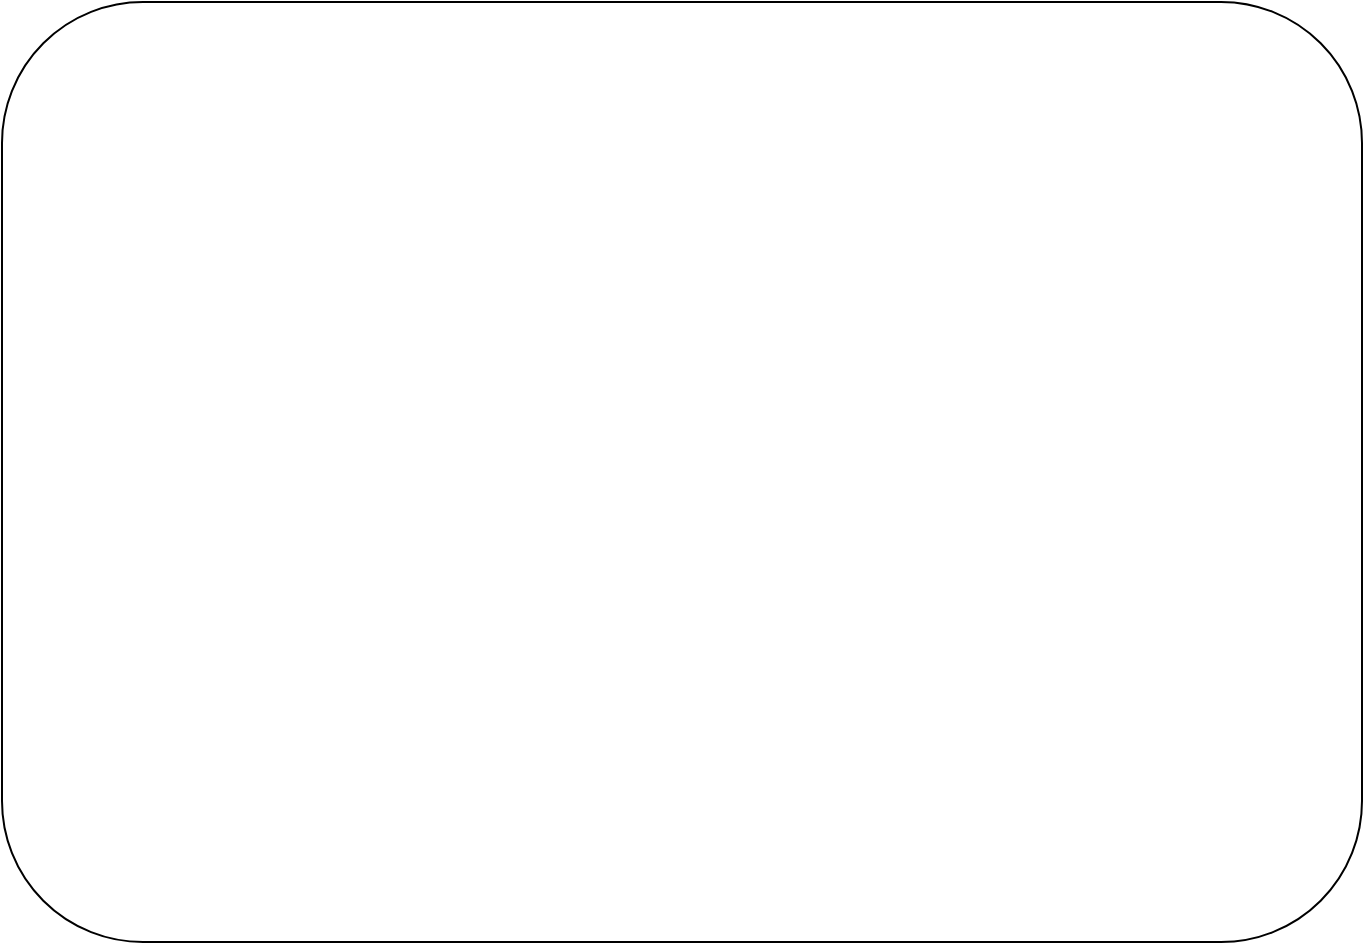
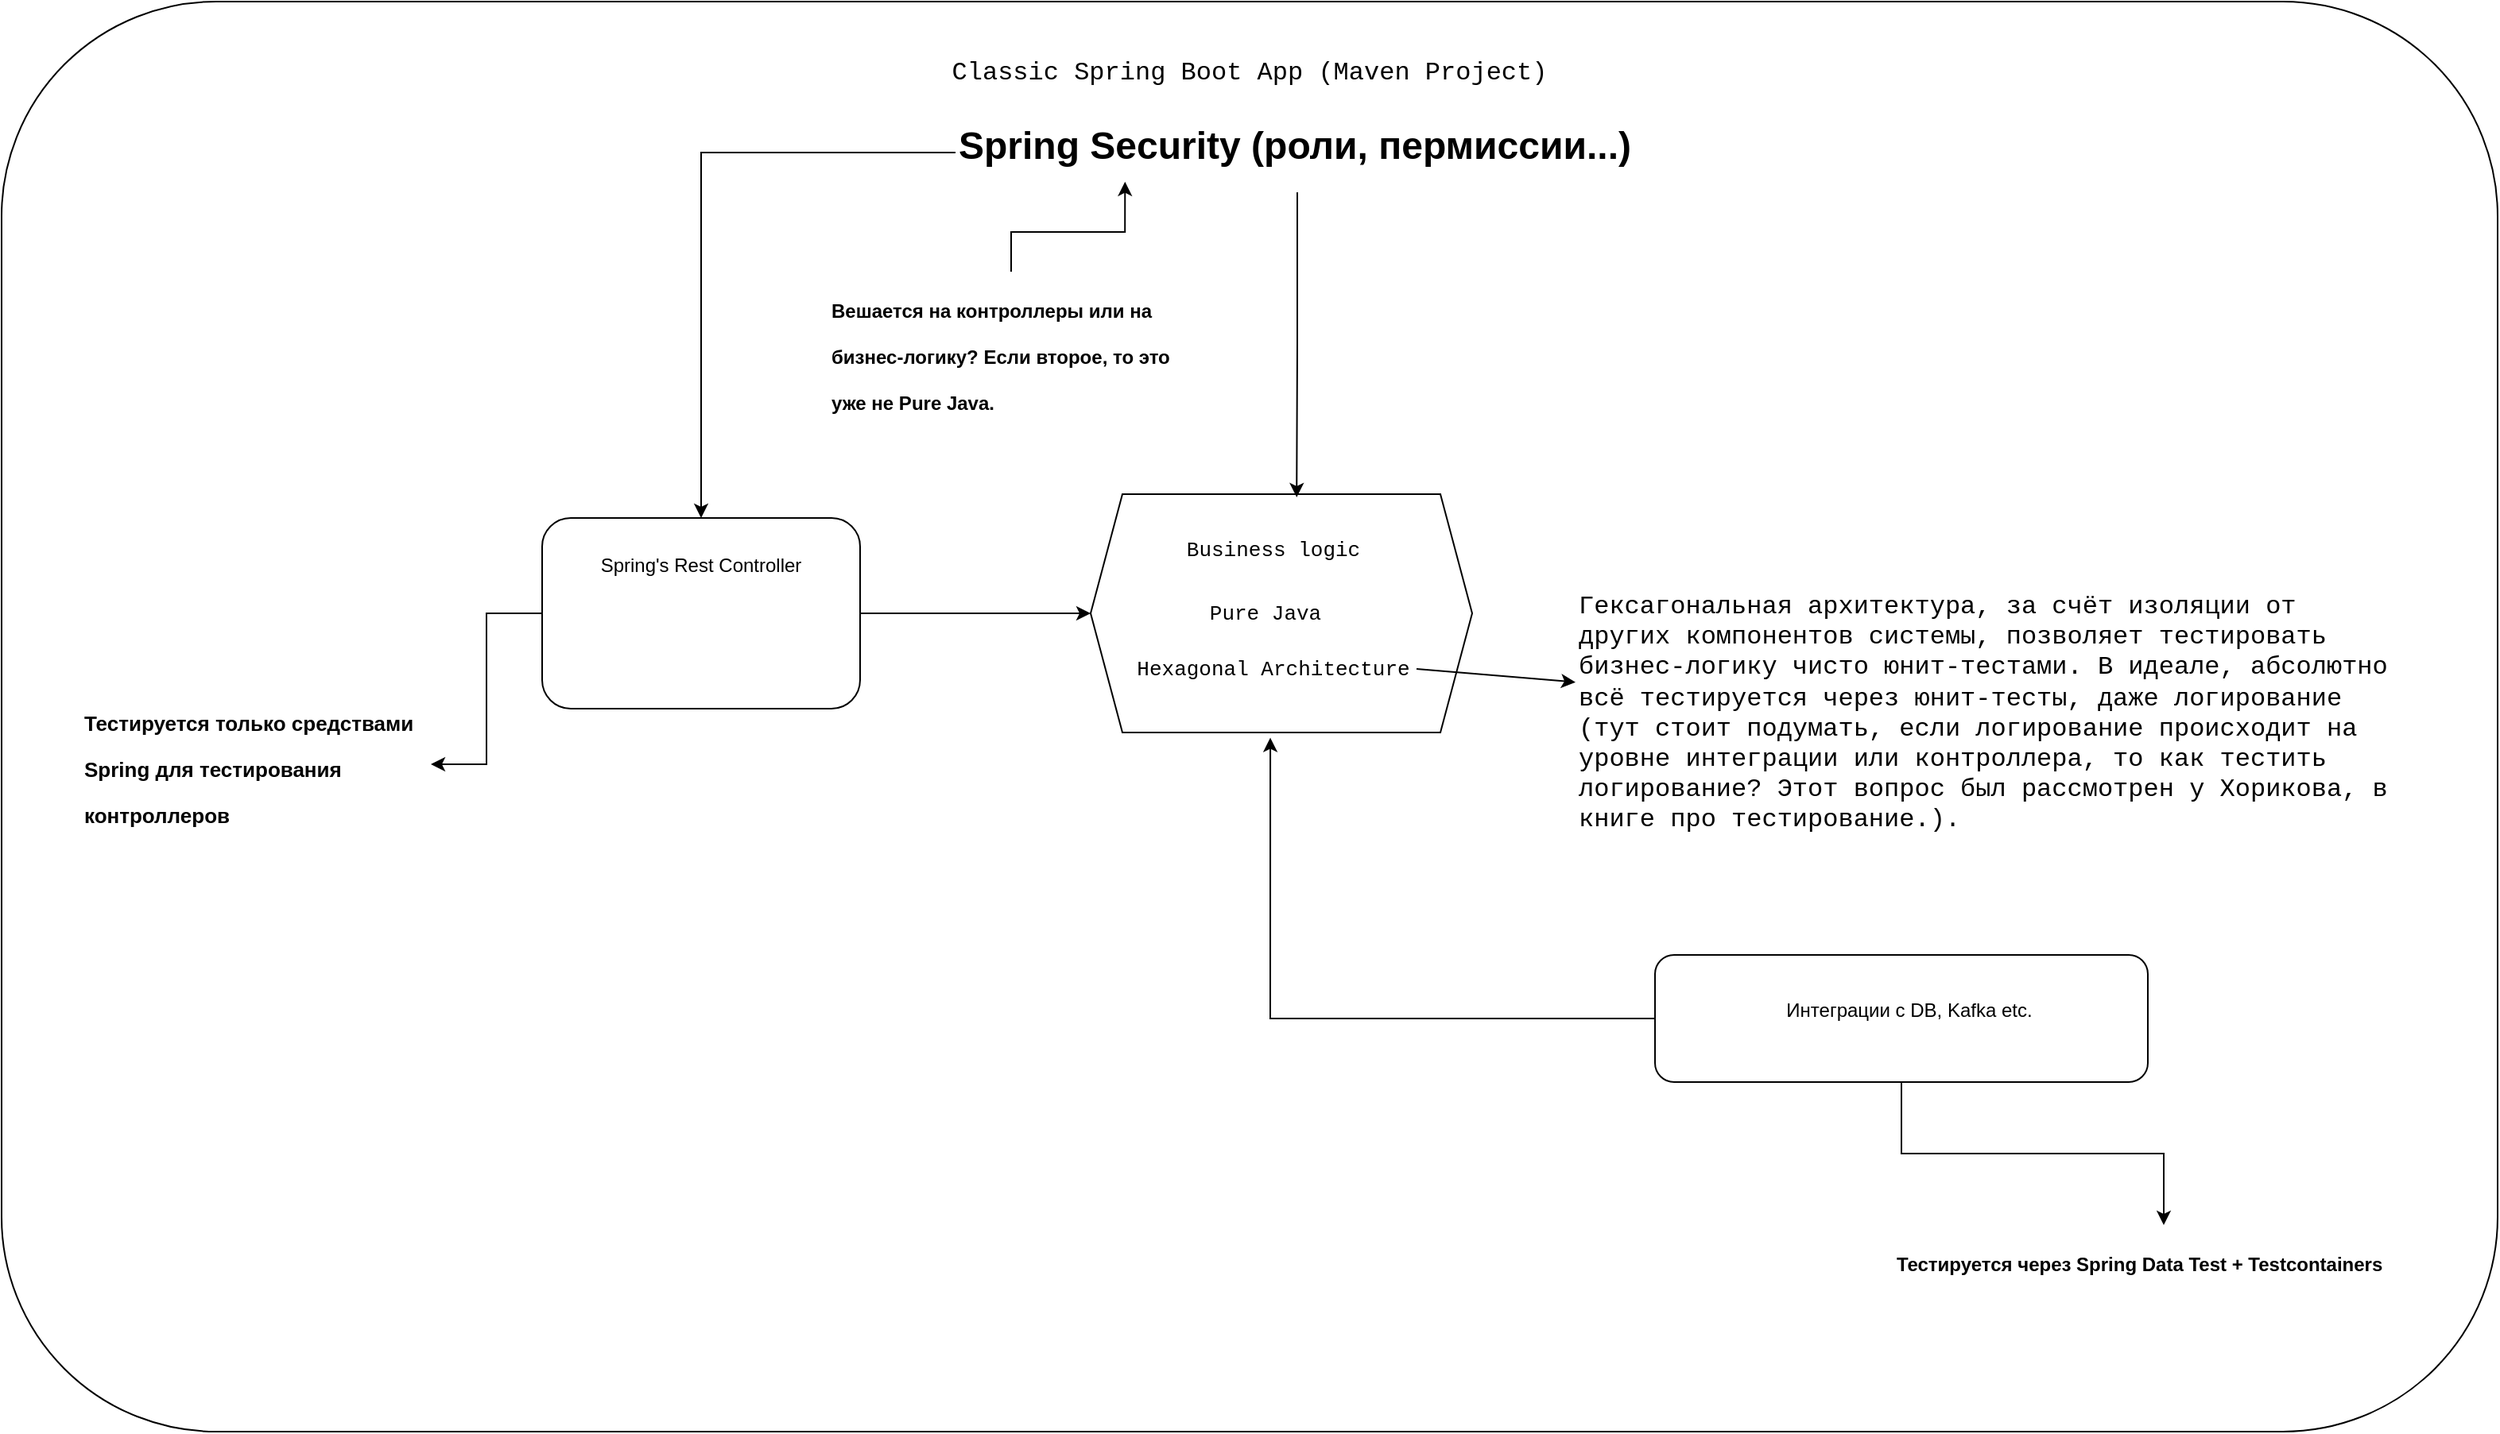
<mxfile host="app.diagrams.net">
  <diagram name="Page-1" id="LjJlObnih52HbGQaQb0i">
-     <mxGraphModel dx="1174" dy="819" grid="1" gridSize="10" guides="1" tooltips="1" connect="1" arrows="1" fold="1" page="1" pageScale="1" pageWidth="850" pageHeight="1100" math="0" shadow="0">
+     <mxGraphModel dx="2656" dy="1260" grid="1" gridSize="10" guides="1" tooltips="1" connect="1" arrows="1" fold="1" page="1" pageScale="1" pageWidth="850" pageHeight="1100" math="0" shadow="0">
      <root>
        <mxCell id="0" />
        <mxCell id="1" parent="0" />
-         <mxCell id="pABJUcwdlSBN9XXVtCt0-1" parent="1" style="rounded=1;whiteSpace=wrap;html=1;" value="" vertex="1">
-           <mxGeometry height="470" width="680" x="40" y="120" as="geometry" />
+         <mxCell id="pABJUcwdlSBN9XXVtCt0-2" parent="1" style="rounded=1;whiteSpace=wrap;html=1;" value="" vertex="1">
+           <mxGeometry height="900" width="1570" x="-310" y="70" as="geometry" />
+         </mxCell>
+         <mxCell id="pABJUcwdlSBN9XXVtCt0-3" parent="1" style="text;html=1;whiteSpace=wrap;strokeColor=none;fillColor=none;align=center;verticalAlign=middle;rounded=0;fontFamily=Courier New;fontSize=16;" value="Classic Spring Boot App (Maven Project)" vertex="1">
+           <mxGeometry height="30" width="480" x="235" y="100" as="geometry" />
+         </mxCell>
+         <mxCell id="pABJUcwdlSBN9XXVtCt0-15" edge="1" parent="1" source="pABJUcwdlSBN9XXVtCt0-4" style="edgeStyle=orthogonalEdgeStyle;rounded=0;orthogonalLoop=1;jettySize=auto;html=1;" target="pABJUcwdlSBN9XXVtCt0-7">
+           <mxGeometry relative="1" as="geometry" />
+         </mxCell>
+         <mxCell id="pABJUcwdlSBN9XXVtCt0-20" edge="1" parent="1" source="pABJUcwdlSBN9XXVtCt0-4" style="edgeStyle=orthogonalEdgeStyle;rounded=0;orthogonalLoop=1;jettySize=auto;html=1;entryX=1;entryY=0.5;entryDx=0;entryDy=0;" target="pABJUcwdlSBN9XXVtCt0-19">
+           <mxGeometry relative="1" as="geometry" />
+         </mxCell>
+         <mxCell id="pABJUcwdlSBN9XXVtCt0-4" parent="1" style="rounded=1;whiteSpace=wrap;html=1;" value="" vertex="1">
+           <mxGeometry height="120" width="200" x="30" y="395" as="geometry" />
+         </mxCell>
+         <mxCell id="pABJUcwdlSBN9XXVtCt0-23" edge="1" parent="1" source="pABJUcwdlSBN9XXVtCt0-6" style="edgeStyle=orthogonalEdgeStyle;rounded=0;orthogonalLoop=1;jettySize=auto;html=1;" target="pABJUcwdlSBN9XXVtCt0-22">
+           <mxGeometry relative="1" as="geometry" />
+         </mxCell>
+         <mxCell id="pABJUcwdlSBN9XXVtCt0-6" parent="1" style="rounded=1;whiteSpace=wrap;html=1;" value="" vertex="1">
+           <mxGeometry height="80" width="310" x="730" y="670" as="geometry" />
+         </mxCell>
+         <mxCell id="pABJUcwdlSBN9XXVtCt0-7" parent="1" style="shape=hexagon;perimeter=hexagonPerimeter2;whiteSpace=wrap;html=1;fixedSize=1;" value="" vertex="1">
+           <mxGeometry height="150" width="240" x="375" y="380" as="geometry" />
+         </mxCell>
+         <mxCell id="pABJUcwdlSBN9XXVtCt0-8" parent="1" style="text;html=1;whiteSpace=wrap;strokeColor=none;fillColor=none;align=center;verticalAlign=middle;rounded=0;fontFamily=Courier New;fontSize=13;" value="Business logic" vertex="1">
+           <mxGeometry height="30" width="160" x="410" y="400" as="geometry" />
+         </mxCell>
+         <mxCell id="pABJUcwdlSBN9XXVtCt0-9" parent="1" style="text;html=1;whiteSpace=wrap;strokeColor=none;fillColor=none;align=center;verticalAlign=middle;rounded=0;fontFamily=Courier New;fontSize=13;" value="Pure Java" vertex="1">
+           <mxGeometry height="30" width="130" x="420" y="440" as="geometry" />
+         </mxCell>
+         <mxCell id="pABJUcwdlSBN9XXVtCt0-11" parent="1" style="text;html=1;whiteSpace=wrap;strokeColor=none;fillColor=none;align=center;verticalAlign=middle;rounded=0;fontFamily=Courier New;fontSize=13;" value="Hexagonal Architecture" vertex="1">
+           <mxGeometry height="40" width="200" x="390" y="470" as="geometry" />
+         </mxCell>
+         <mxCell id="pABJUcwdlSBN9XXVtCt0-13" parent="1" style="text;html=1;whiteSpace=wrap;overflow=hidden;rounded=0;fontFamily=Courier New;fontSize=8;" value="&lt;h1 style=&quot;margin-top: 0px;&quot;&gt;&lt;span style=&quot;background-color: transparent; color: light-dark(rgb(0, 0, 0), rgb(255, 255, 255)); font-weight: normal;&quot;&gt;Гексагональная архитектура, за счёт изоляции от других компонентов системы, позволяет тестировать бизнес-логику чисто юнит-тестами. В идеале, абсолютно всё тестируется через юнит-тесты, даже логирование (тут стоит подумать, если логирование происходит на уровне интеграции или контроллера, то как тестить логирование? Этот вопрос был рассмотрен у Хорикова, в книге про тестирование.).&lt;/span&gt;&lt;/h1&gt;" vertex="1">
+           <mxGeometry height="170" width="520" x="680" y="435" as="geometry" />
+         </mxCell>
+         <mxCell id="pABJUcwdlSBN9XXVtCt0-14" edge="1" parent="1" style="endArrow=classic;html=1;rounded=0;" target="pABJUcwdlSBN9XXVtCt0-13" value="">
+           <mxGeometry height="50" relative="1" width="50" as="geometry">
+             <mxPoint x="580" y="490" as="sourcePoint" />
+             <mxPoint x="630" y="440" as="targetPoint" />
+           </mxGeometry>
+         </mxCell>
+         <mxCell id="pABJUcwdlSBN9XXVtCt0-17" edge="1" parent="1" source="pABJUcwdlSBN9XXVtCt0-6" style="edgeStyle=orthogonalEdgeStyle;rounded=0;orthogonalLoop=1;jettySize=auto;html=1;entryX=0.471;entryY=1.022;entryDx=0;entryDy=0;entryPerimeter=0;" target="pABJUcwdlSBN9XXVtCt0-7">
+           <mxGeometry relative="1" as="geometry" />
+         </mxCell>
+         <mxCell id="pABJUcwdlSBN9XXVtCt0-18" parent="1" style="text;html=1;whiteSpace=wrap;strokeColor=none;fillColor=none;align=center;verticalAlign=middle;rounded=0;" value="Spring&#39;s Rest Controller" vertex="1">
+           <mxGeometry height="30" width="170" x="45" y="410" as="geometry" />
+         </mxCell>
+         <mxCell id="pABJUcwdlSBN9XXVtCt0-19" parent="1" style="text;html=1;whiteSpace=wrap;overflow=hidden;rounded=0;" value="&lt;h1 style=&quot;margin-top: 0px;&quot;&gt;&lt;font style=&quot;font-size: 13px;&quot;&gt;Тестируется только средствами Spring для тестирования контроллеров&lt;/font&gt;&lt;/h1&gt;" vertex="1">
+           <mxGeometry height="100" width="220" x="-260" y="500" as="geometry" />
+         </mxCell>
+         <mxCell id="pABJUcwdlSBN9XXVtCt0-21" parent="1" style="text;html=1;whiteSpace=wrap;strokeColor=none;fillColor=none;align=center;verticalAlign=middle;rounded=0;" value="Интеграции с DB, Kafka etc." vertex="1">
+           <mxGeometry height="30" width="280" x="750" y="690" as="geometry" />
+         </mxCell>
+         <mxCell id="pABJUcwdlSBN9XXVtCt0-22" parent="1" style="text;html=1;whiteSpace=wrap;overflow=hidden;rounded=0;" value="&lt;h1 style=&quot;margin-top: 0px;&quot;&gt;&lt;font style=&quot;font-size: 12px;&quot;&gt;Тестируется через Spring Data Test + Testcontainers&lt;/font&gt;&lt;/h1&gt;" vertex="1">
+           <mxGeometry height="50" width="340" x="880" y="840" as="geometry" />
+         </mxCell>
+         <mxCell id="pABJUcwdlSBN9XXVtCt0-25" edge="1" parent="1" source="pABJUcwdlSBN9XXVtCt0-24" style="edgeStyle=orthogonalEdgeStyle;rounded=0;orthogonalLoop=1;jettySize=auto;html=1;entryX=0.5;entryY=0;entryDx=0;entryDy=0;" target="pABJUcwdlSBN9XXVtCt0-4">
+           <mxGeometry relative="1" as="geometry" />
+         </mxCell>
+         <mxCell id="pABJUcwdlSBN9XXVtCt0-24" parent="1" style="text;html=1;whiteSpace=wrap;overflow=hidden;rounded=0;" value="&lt;h1 style=&quot;margin-top: 0px;&quot;&gt;Spring Security (роли, пермиссии...)&lt;/h1&gt;" vertex="1">
+           <mxGeometry height="50" width="430" x="290" y="140" as="geometry" />
+         </mxCell>
+         <mxCell id="pABJUcwdlSBN9XXVtCt0-26" edge="1" parent="1" source="pABJUcwdlSBN9XXVtCt0-24" style="edgeStyle=orthogonalEdgeStyle;rounded=0;orthogonalLoop=1;jettySize=auto;html=1;entryX=0.54;entryY=0.013;entryDx=0;entryDy=0;entryPerimeter=0;" target="pABJUcwdlSBN9XXVtCt0-7">
+           <mxGeometry relative="1" as="geometry" />
+         </mxCell>
+         <mxCell id="pABJUcwdlSBN9XXVtCt0-28" parent="1" style="text;html=1;whiteSpace=wrap;overflow=hidden;rounded=0;" value="&lt;h1 style=&quot;margin-top: 0px;&quot;&gt;&lt;font style=&quot;font-size: 12px;&quot;&gt;Вешается на контроллеры или на бизнес-логику? Если второе, то это уже не Pure Java.&lt;/font&gt;&lt;/h1&gt;" vertex="1">
+           <mxGeometry height="100" width="230" x="210" y="240" as="geometry" />
+         </mxCell>
+         <mxCell id="pABJUcwdlSBN9XXVtCt0-29" edge="1" parent="1" source="pABJUcwdlSBN9XXVtCt0-28" style="edgeStyle=orthogonalEdgeStyle;rounded=0;orthogonalLoop=1;jettySize=auto;html=1;entryX=0.248;entryY=0.867;entryDx=0;entryDy=0;entryPerimeter=0;" target="pABJUcwdlSBN9XXVtCt0-24">
+           <mxGeometry relative="1" as="geometry" />
        </mxCell>
      </root>
    </mxGraphModel>
  </diagram>
</mxfile>
